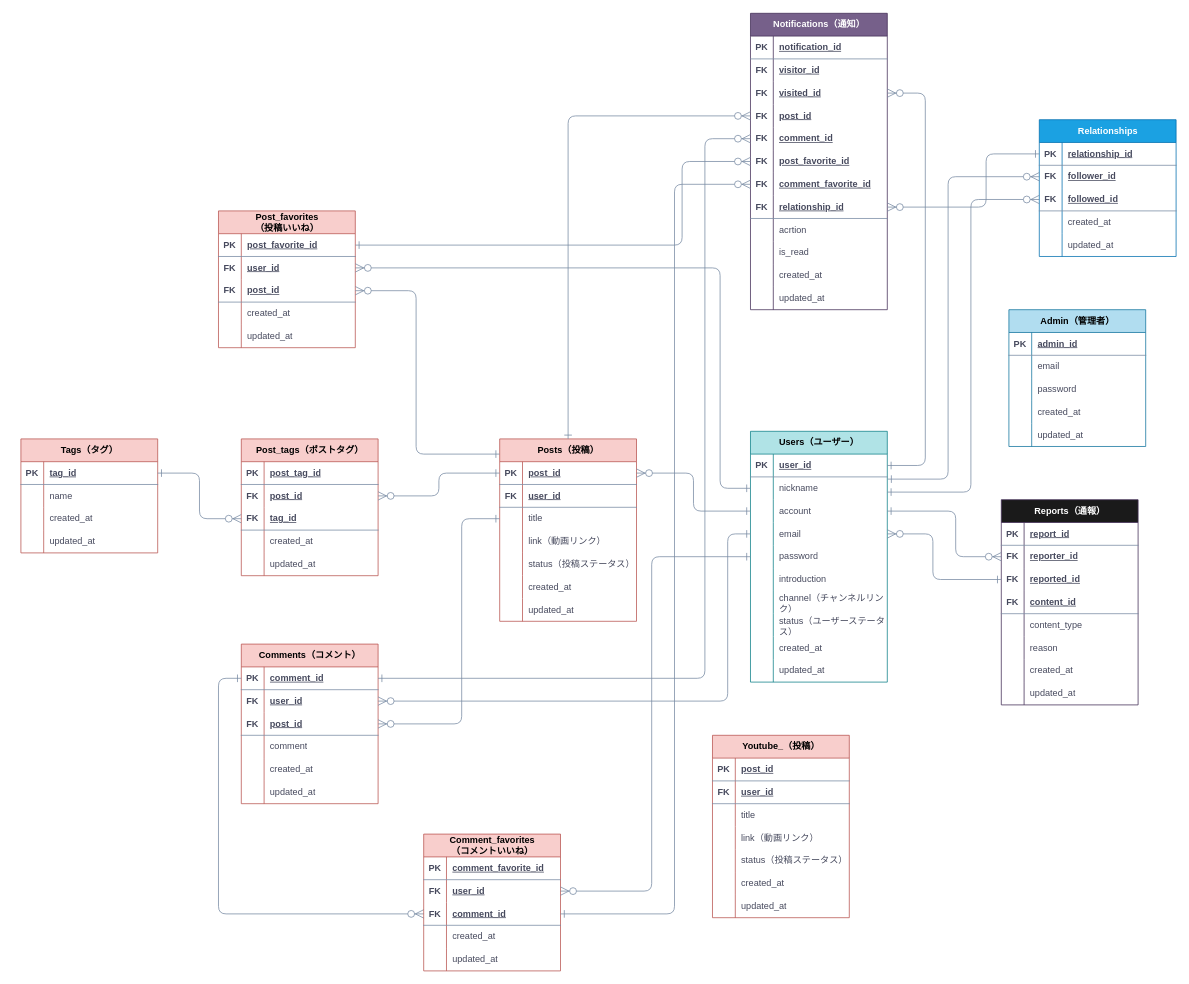
The draw.io diagram 2seeds.drawio in Ganmo3/drawio, before the edit. Source tidied: cells renumbered, new cells numbered last; positions are measured from the earlier drawing's top-left corner, leaving out a move shared by most shapes. Both pictures are drawn from the tidied source at 76%, with x=0, y=0 at pixel (13, 13).
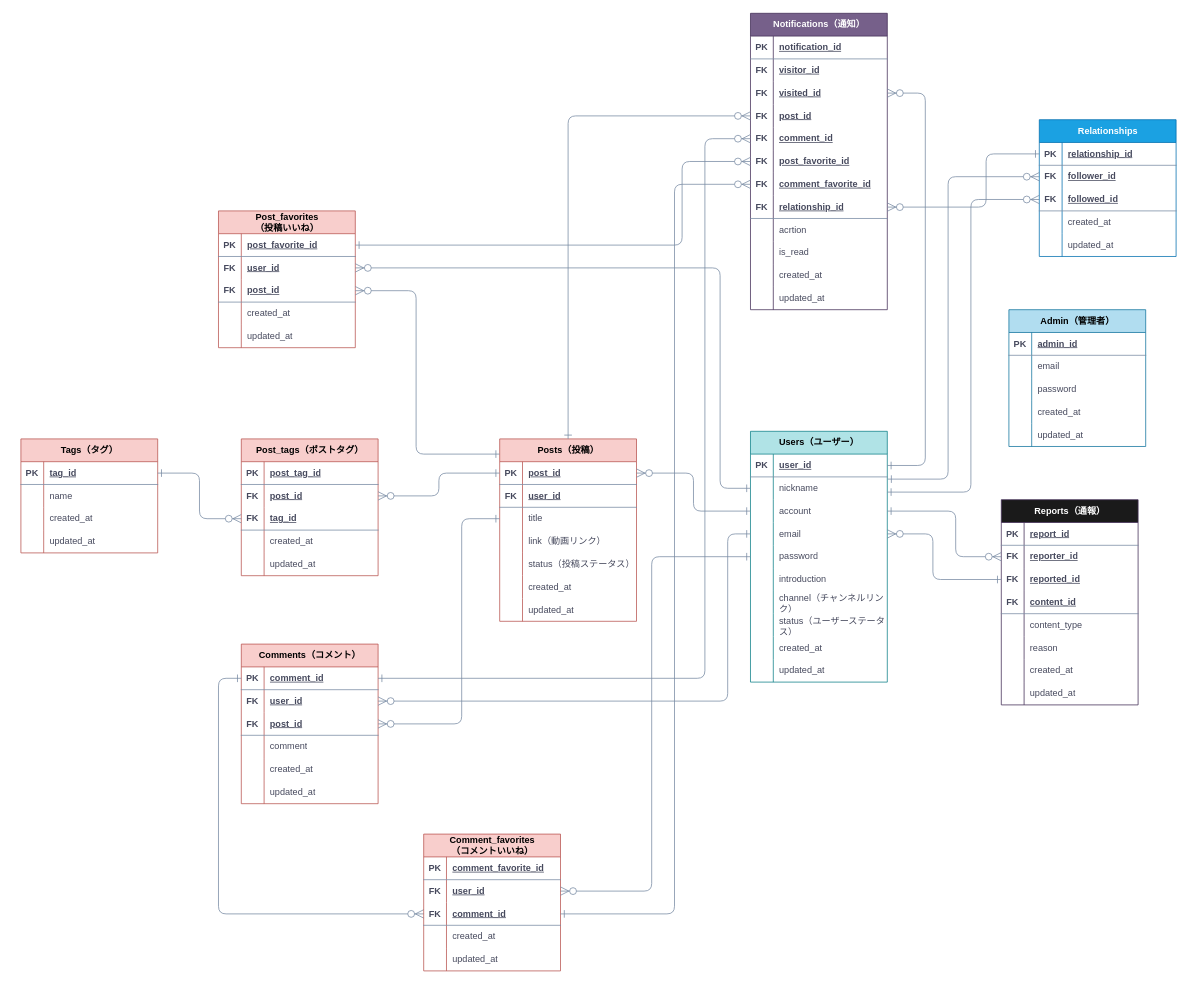
The same page after the edit.

Commit message:
2seeds.drawio を更新します

Diff of the diagram source:
```diff
@@
-    <mxCell id="254" value="&lt;font color=&quot;#000000&quot;&gt;Youtube_（投稿）&lt;/font&gt;" style="shape=table;startSize=30;childLayout=tableLayout;rowLines=0;fontStyle=1;align=center;html=1;strokeColor=#b85450;fontFamily=Helvetica;fontSize=12;fillColor=#f8cecc;labelBackgroundColor=none;" parent="1" vertex="1">
-      <mxGeometry x="920" y="950" width="180" height="240" as="geometry" />
-    </mxCell>
-    <mxCell id="255" style="shape=tableRow;horizontal=0;startSize=0;swimlaneHead=0;swimlaneBody=0;fillColor=none;top=0;left=0;right=0;bottom=1;strokeColor=#788AA3;fontFamily=Helvetica;fontSize=12;fontColor=#46495D;html=1;labelBackgroundColor=none;" parent="254" vertex="1">
-      <mxGeometry y="30" width="180" height="30" as="geometry" />
-    </mxCell>
-    <mxCell id="256" value="PK" style="shape=partialRectangle;fillColor=none;top=0;left=0;bottom=0;right=0;fontStyle=1;overflow=hidden;whiteSpace=wrap;html=1;strokeColor=#788AA3;fontFamily=Helvetica;fontSize=12;fontColor=#46495D;startSize=23;labelBackgroundColor=none;" parent="255" vertex="1">
-      <mxGeometry width="30" height="30" as="geometry" />
-    </mxCell>
-    <mxCell id="257" value="post_id" style="shape=partialRectangle;fillColor=none;top=0;left=0;bottom=0;right=0;align=left;spacingLeft=6;fontStyle=5;overflow=hidden;whiteSpace=wrap;html=1;strokeColor=#788AA3;fontFamily=Helvetica;fontSize=12;fontColor=#46495D;startSize=23;labelBackgroundColor=none;" parent="255" vertex="1">
-      <mxGeometry x="30" width="150" height="30" as="geometry" />
-    </mxCell>
-    <mxCell id="258" style="shape=tableRow;horizontal=0;startSize=0;swimlaneHead=0;swimlaneBody=0;fillColor=none;top=0;left=0;right=0;bottom=1;strokeColor=#788AA3;fontFamily=Helvetica;fontSize=12;fontColor=#46495D;html=1;labelBackgroundColor=none;" parent="254" vertex="1">
-      <mxGeometry y="60" width="180" height="30" as="geometry" />
-    </mxCell>
-    <mxCell id="259" value="FK" style="shape=partialRectangle;fillColor=none;top=0;left=0;bottom=0;right=0;fontStyle=1;overflow=hidden;whiteSpace=wrap;html=1;strokeColor=#788AA3;fontFamily=Helvetica;fontSize=12;fontColor=#46495D;startSize=23;labelBackgroundColor=none;" parent="258" vertex="1">
-      <mxGeometry width="30" height="30" as="geometry" />
-    </mxCell>
-    <mxCell id="260" value="user_id" style="shape=partialRectangle;fillColor=none;top=0;left=0;bottom=0;right=0;align=left;spacingLeft=6;fontStyle=5;overflow=hidden;whiteSpace=wrap;html=1;strokeColor=#788AA3;fontFamily=Helvetica;fontSize=12;fontColor=#46495D;startSize=23;labelBackgroundColor=none;" parent="258" vertex="1">
-      <mxGeometry x="30" width="150" height="30" as="geometry" />
-    </mxCell>
-    <mxCell id="261" style="shape=tableRow;horizontal=0;startSize=0;swimlaneHead=0;swimlaneBody=0;fillColor=none;top=0;left=0;right=0;bottom=0;strokeColor=#788AA3;fontFamily=Helvetica;fontSize=12;fontColor=#46495D;html=1;labelBackgroundColor=none;" parent="254" vertex="1">
-      <mxGeometry y="90" width="180" height="30" as="geometry" />
-    </mxCell>
-    <mxCell id="262" style="shape=partialRectangle;fillColor=none;top=0;left=0;bottom=0;right=0;overflow=hidden;whiteSpace=wrap;html=1;strokeColor=#788AA3;fontFamily=Helvetica;fontSize=12;fontColor=#46495D;startSize=23;labelBackgroundColor=none;" parent="261" vertex="1">
-      <mxGeometry width="30" height="30" as="geometry" />
-    </mxCell>
-    <mxCell id="263" value="title" style="shape=partialRectangle;fillColor=none;top=0;left=0;bottom=0;right=0;align=left;spacingLeft=6;overflow=hidden;whiteSpace=wrap;html=1;strokeColor=#788AA3;fontFamily=Helvetica;fontSize=12;fontColor=#46495D;startSize=23;labelBackgroundColor=none;" parent="261" vertex="1">
-      <mxGeometry x="30" width="150" height="30" as="geometry" />
-    </mxCell>
-    <mxCell id="264" style="shape=tableRow;horizontal=0;startSize=0;swimlaneHead=0;swimlaneBody=0;fillColor=none;top=0;left=0;right=0;bottom=0;strokeColor=#788AA3;fontFamily=Helvetica;fontSize=12;fontColor=#46495D;html=1;labelBackgroundColor=none;" parent="254" vertex="1">
-      <mxGeometry y="120" width="180" height="30" as="geometry" />
-    </mxCell>
-    <mxCell id="265" style="shape=partialRectangle;fillColor=none;top=0;left=0;bottom=0;right=0;overflow=hidden;whiteSpace=wrap;html=1;strokeColor=#788AA3;fontFamily=Helvetica;fontSize=12;fontColor=#46495D;startSize=23;labelBackgroundColor=none;" parent="264" vertex="1">
-      <mxGeometry width="30" height="30" as="geometry" />
-    </mxCell>
-    <mxCell id="266" value="link（動画リンク）" style="shape=partialRectangle;fillColor=none;top=0;left=0;bottom=0;right=0;align=left;spacingLeft=6;overflow=hidden;whiteSpace=wrap;html=1;strokeColor=#788AA3;fontFamily=Helvetica;fontSize=12;fontColor=#46495D;startSize=23;labelBackgroundColor=none;" parent="264" vertex="1">
-      <mxGeometry x="30" width="150" height="30" as="geometry" />
-    </mxCell>
-    <mxCell id="267" style="shape=tableRow;horizontal=0;startSize=0;swimlaneHead=0;swimlaneBody=0;fillColor=none;top=0;left=0;right=0;bottom=0;strokeColor=#788AA3;fontFamily=Helvetica;fontSize=12;fontColor=#46495D;html=1;labelBackgroundColor=none;" parent="254" vertex="1">
-      <mxGeometry y="150" width="180" height="30" as="geometry" />
-    </mxCell>
-    <mxCell id="268" style="shape=partialRectangle;fillColor=none;top=0;left=0;bottom=0;right=0;overflow=hidden;whiteSpace=wrap;html=1;strokeColor=#788AA3;fontFamily=Helvetica;fontSize=12;fontColor=#46495D;startSize=23;labelBackgroundColor=none;" parent="267" vertex="1">
-      <mxGeometry width="30" height="30" as="geometry" />
-    </mxCell>
-    <mxCell id="269" value="status（投稿ステータス）" style="shape=partialRectangle;fillColor=none;top=0;left=0;bottom=0;right=0;align=left;spacingLeft=6;overflow=hidden;whiteSpace=wrap;html=1;strokeColor=#788AA3;fontFamily=Helvetica;fontSize=12;fontColor=#46495D;startSize=23;labelBackgroundColor=none;" parent="267" vertex="1">
-      <mxGeometry x="30" width="150" height="30" as="geometry" />
-    </mxCell>
-    <mxCell id="270" style="shape=tableRow;horizontal=0;startSize=0;swimlaneHead=0;swimlaneBody=0;fillColor=none;top=0;left=0;right=0;bottom=0;strokeColor=#788AA3;fontFamily=Helvetica;fontSize=12;fontColor=#46495D;html=1;labelBackgroundColor=none;" parent="254" vertex="1">
-      <mxGeometry y="180" width="180" height="30" as="geometry" />
-    </mxCell>
-    <mxCell id="271" style="shape=partialRectangle;fillColor=none;top=0;left=0;bottom=0;right=0;overflow=hidden;whiteSpace=wrap;html=1;strokeColor=#788AA3;fontFamily=Helvetica;fontSize=12;fontColor=#46495D;startSize=23;labelBackgroundColor=none;" parent="270" vertex="1">
-      <mxGeometry width="30" height="30" as="geometry" />
-    </mxCell>
-    <mxCell id="272" value="created_at" style="shape=partialRectangle;fillColor=none;top=0;left=0;bottom=0;right=0;align=left;spacingLeft=6;overflow=hidden;whiteSpace=wrap;html=1;strokeColor=#788AA3;fontFamily=Helvetica;fontSize=12;fontColor=#46495D;startSize=23;labelBackgroundColor=none;" parent="270" vertex="1">
-      <mxGeometry x="30" width="150" height="30" as="geometry" />
-    </mxCell>
-    <mxCell id="273" style="shape=tableRow;horizontal=0;startSize=0;swimlaneHead=0;swimlaneBody=0;fillColor=none;top=0;left=0;right=0;bottom=0;strokeColor=#788AA3;fontFamily=Helvetica;fontSize=12;fontColor=#46495D;html=1;labelBackgroundColor=none;" parent="254" vertex="1">
-      <mxGeometry y="210" width="180" height="30" as="geometry" />
-    </mxCell>
-    <mxCell id="274" style="shape=partialRectangle;fillColor=none;top=0;left=0;bottom=0;right=0;overflow=hidden;whiteSpace=wrap;html=1;strokeColor=#788AA3;fontFamily=Helvetica;fontSize=12;fontColor=#46495D;startSize=23;labelBackgroundColor=none;" parent="273" vertex="1">
-      <mxGeometry width="30" height="30" as="geometry" />
-    </mxCell>
-    <mxCell id="275" value="updated_at" style="shape=partialRectangle;fillColor=none;top=0;left=0;bottom=0;right=0;align=left;spacingLeft=6;overflow=hidden;whiteSpace=wrap;html=1;strokeColor=#788AA3;fontFamily=Helvetica;fontSize=12;fontColor=#46495D;startSize=23;labelBackgroundColor=none;" parent="273" vertex="1">
-      <mxGeometry x="30" width="150" height="30" as="geometry" />
-    </mxCell>
```
